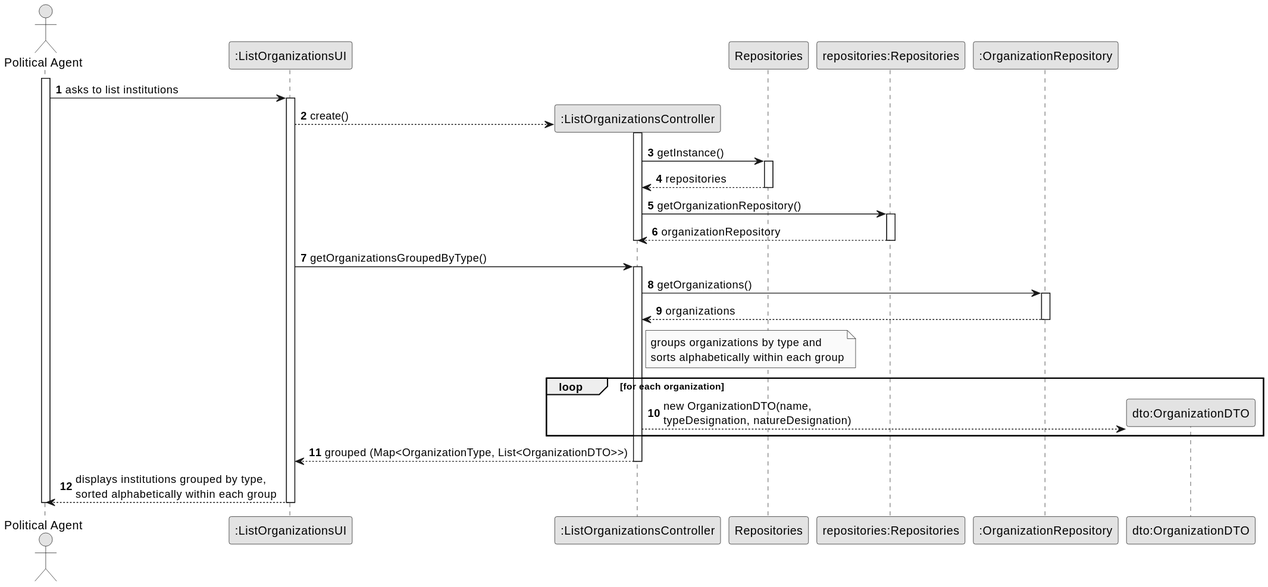
Above: docs/system-documentation/US03/03.design/svg/US03_SD.svg in brunodspinto/crystal-clear-platform (PlantUML), before the change.
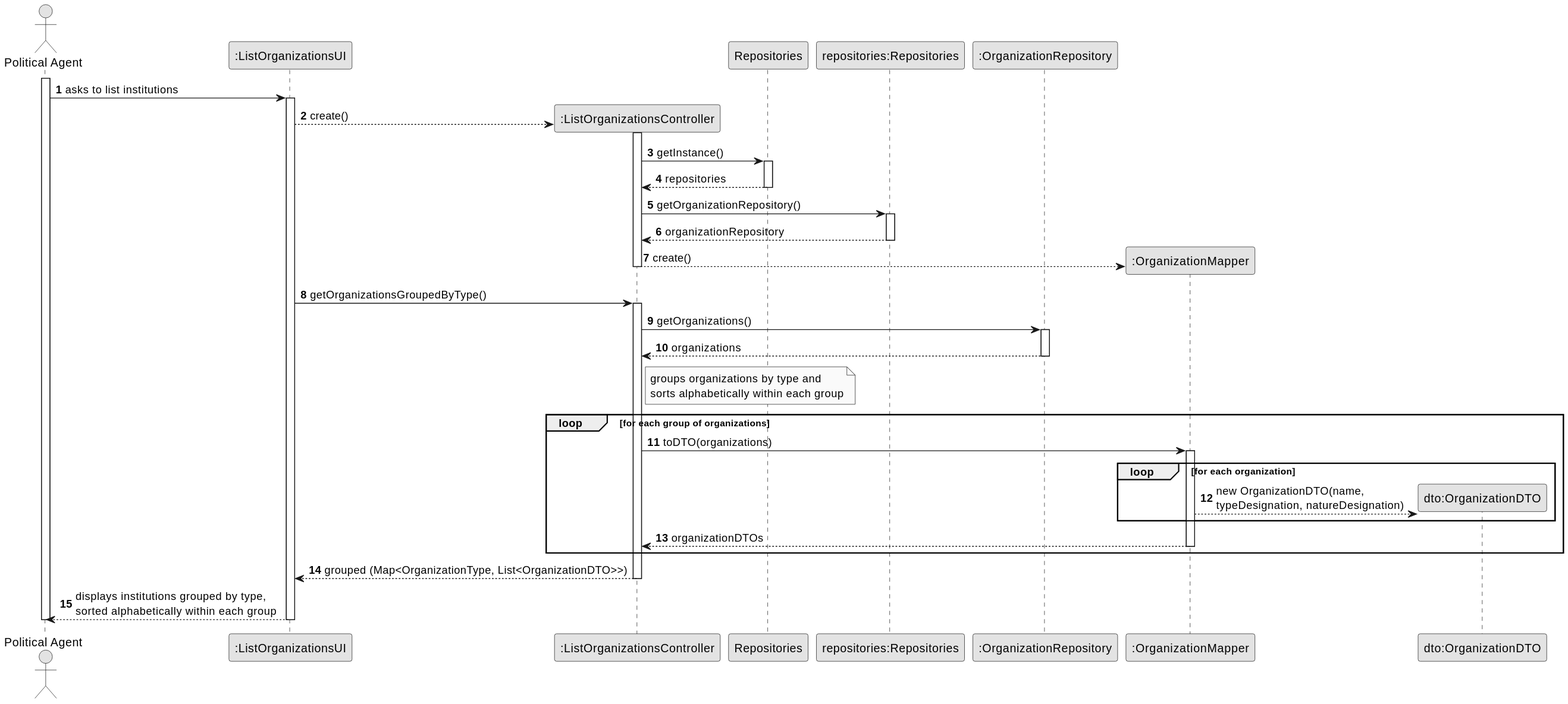
After the change.

Change to the diagram source:
```diff
@@ -11,6 +11,7 @@
 participant "Repositories" as REPOS
 participant "repositories:Repositories" as REPOS_SINGLETON
 participant ":OrganizationRepository" as REPO
+participant ":OrganizationMapper" as MAPPER
 participant "dto:OrganizationDTO" as DTO
 
 activate PA
@@ -29,6 +30,8 @@
             activate REPOS_SINGLETON
                 REPOS_SINGLETON --> CTRL : organizationRepository
             deactivate REPOS_SINGLETON
+
+            CTRL --> MAPPER** : create()
         deactivate CTRL
 
         UI -> CTRL : getOrganizationsGroupedByType()
@@ -44,8 +47,14 @@
                 sorts alphabetically within each group
             end note
 
-            loop for each organization
-                CTRL --> DTO** : new OrganizationDTO(name,\ntypeDesignation, natureDesignation)
+            loop for each group of organizations
+                CTRL -> MAPPER : toDTO(organizations)
+                activate MAPPER
+                    loop for each organization
+                        MAPPER --> DTO** : new OrganizationDTO(name,\ntypeDesignation, natureDesignation)
+                    end
+                    MAPPER --> CTRL : organizationDTOs
+                deactivate MAPPER
             end
 
             CTRL --> UI : grouped (Map<OrganizationType, List<OrganizationDTO>>)
```
